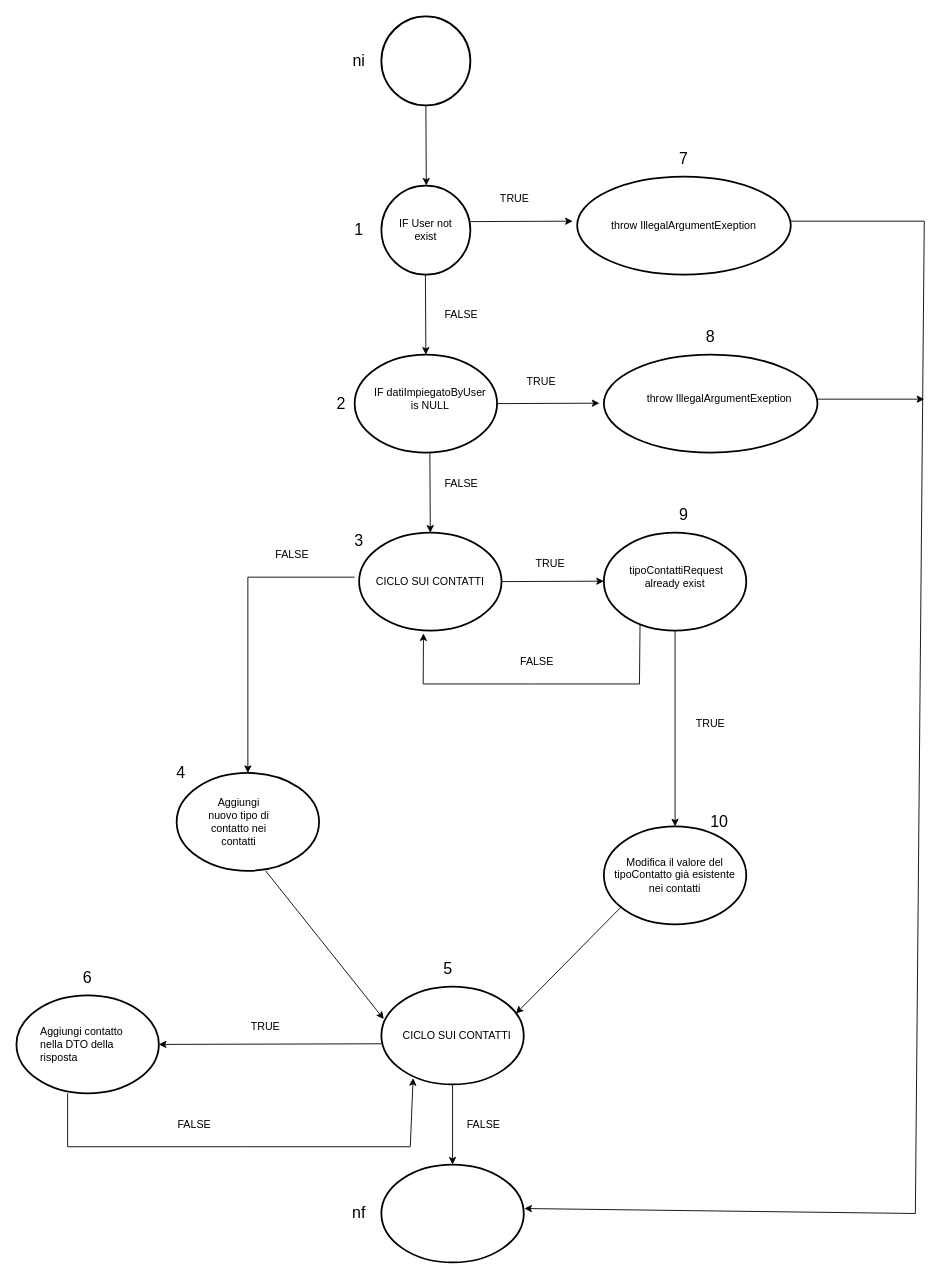
Sperob98/Documentazione-DietiEstates25 keeps this draw.io diagram as diagrammi/GrafoAggiungiUnaControProposta.drawio. Above is the earlier version. Source tidied: cells renumbered, new cells numbered last; positions are measured from the earlier drawing's top-left corner, leaving out a move shared by most shapes. Both pictures are drawn from the tidied source at 89%, with x=0, y=0 at pixel (16, 16).
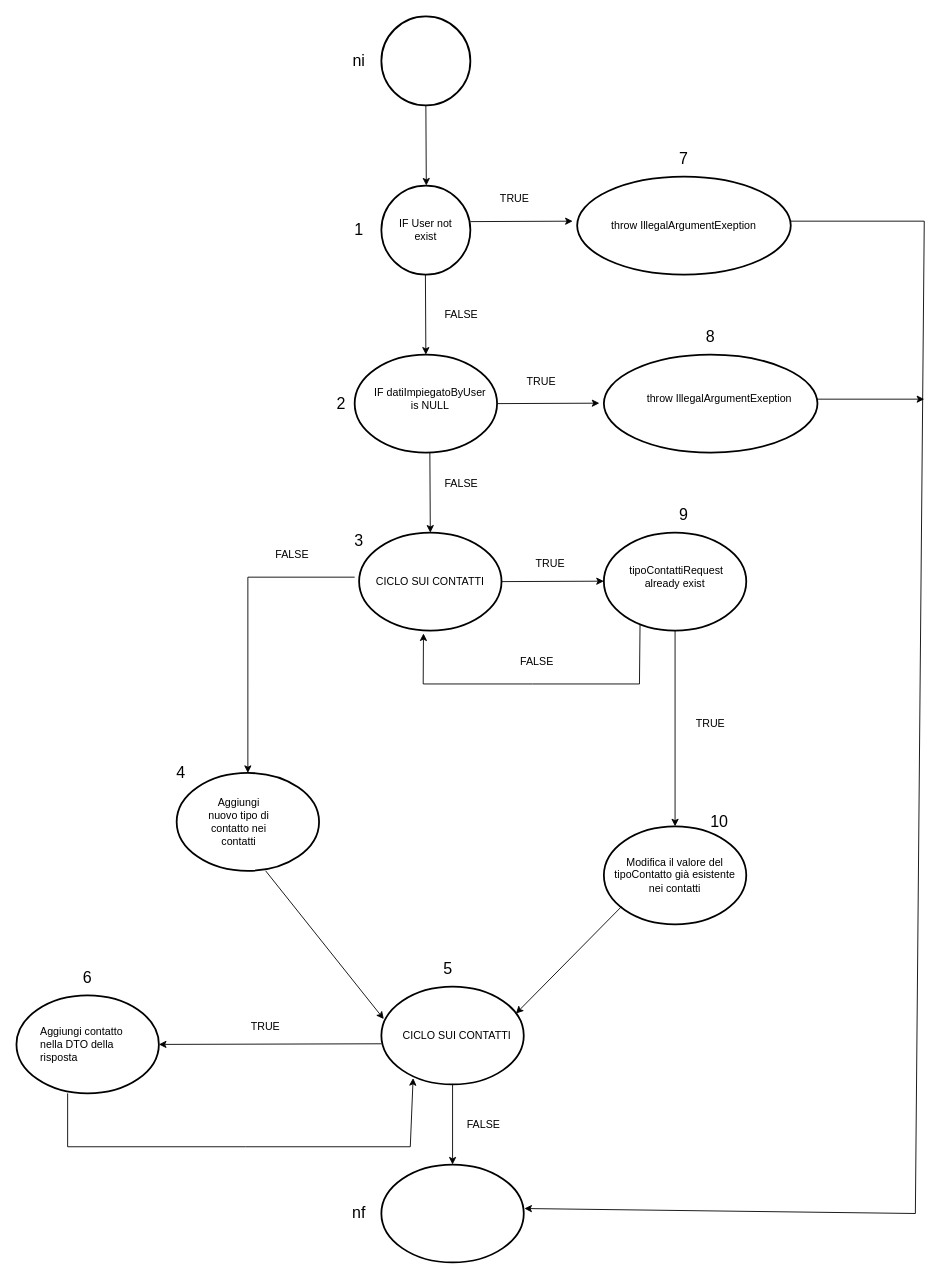
After the change.

What changed in the source:
```diff
@@
-    <mxCell id="62" value="FALSE" style="text;html=1;align=center;verticalAlign=middle;whiteSpace=wrap;rounded=0;" parent="1" vertex="1">
-      <mxGeometry x="170" y="1230" width="60" height="30" as="geometry" />
-    </mxCell>
```
